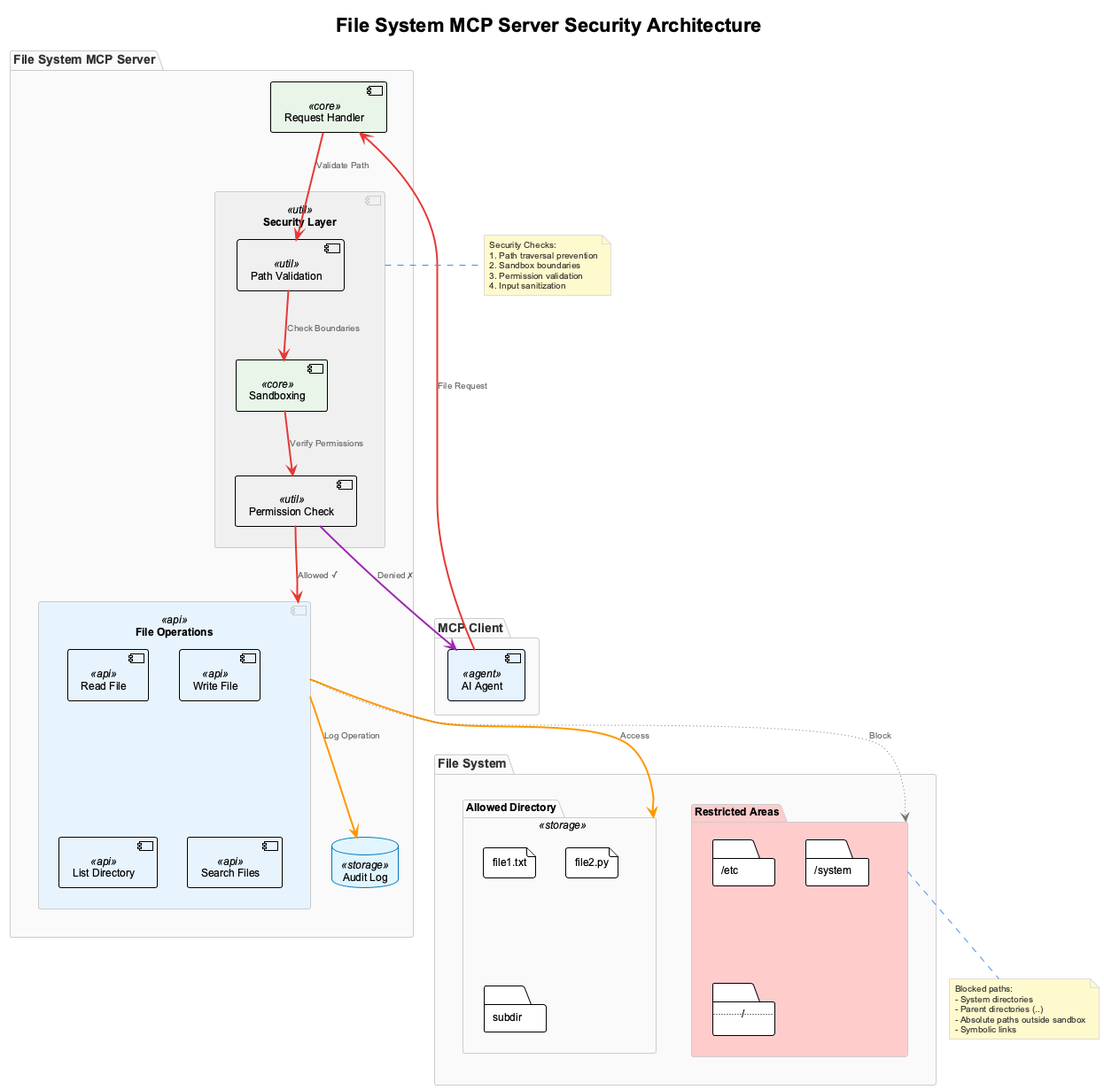
Earlier version of the PlantUML export docs-content/03_mcp-acp-a2a/images/filesystem-security-architecture.png (fwornle/agentic-ai-nano). The source it was exported from:
```plantuml
@startuml filesystem-security-architecture
!include ../../config/_standard-style.puml

title File System MCP Server Security Architecture

package "MCP Client" {
  [AI Agent] <<agent>> as agent
}

package "File System MCP Server" {
  component "Request Handler" <<core>> as handler
  component "Security Layer" <<util>> as security {
    [Path Validation] <<util>> as pathval
    [Permission Check] <<util>> as permcheck
    [Sandboxing] <<core>> as sandbox
  }
  component "File Operations" <<api>> as fileops {
    [Read File] <<api>> as read
    [Write File] <<api>> as write
    [List Directory] <<api>> as list
    [Search Files] <<api>> as search
  }
  database "Audit Log" <<storage>> as audit
}

package "File System" {
  folder "Allowed Directory" <<storage>> as allowed {
    file "file1.txt" as f1
    file "file2.py" as f2
    folder "subdir" as sub
  }
  folder "Restricted Areas" as restricted #ffcccc {
    folder "/etc" as etc
    folder "/system" as sys
    folder "../.." as parent
  }
}

agent SYNC_LINE handler : File Request
handler SYNC_LINE pathval : Validate Path
pathval SYNC_LINE sandbox : Check Boundaries
sandbox SYNC_LINE permcheck : Verify Permissions

permcheck SYNC_LINE fileops : Allowed ✓
permcheck CONTROL_LINE agent : Denied ✗

fileops DATA_LINE allowed : Access
fileops OPTIONAL_LINE restricted : Block

fileops DATA_LINE audit : Log Operation

note right of security
  Security Checks:
  1. Path traversal prevention
  2. Sandbox boundaries
  3. Permission validation
  4. Input sanitization
end note

note bottom of restricted
  Blocked paths:
  - System directories
  - Parent directories (..)
  - Absolute paths outside sandbox
  - Symbolic links
end note

@enduml
```
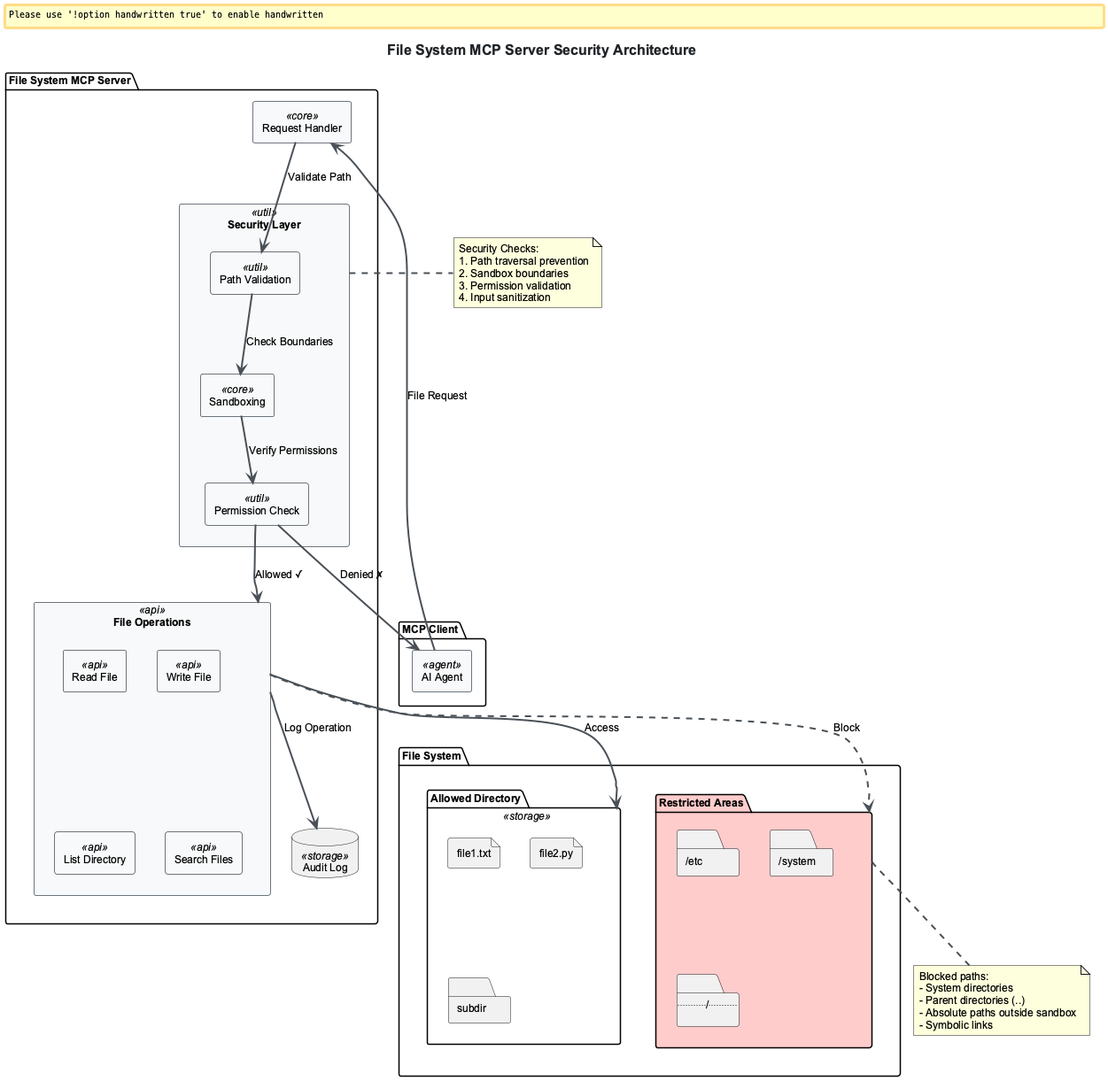
The same diagram one commit later.

The edit, as a diff of the source:
```diff
@@ -1,5 +1,5 @@
 @startuml filesystem-security-architecture
-!include ../../config/_standard-style.puml
+!include ../../../config/_standard-style.puml
 
 title File System MCP Server Security Architecture
 
@@ -36,18 +36,18 @@
   }
 }
 
-agent SYNC_LINE handler : File Request
-handler SYNC_LINE pathval : Validate Path
-pathval SYNC_LINE sandbox : Check Boundaries
-sandbox SYNC_LINE permcheck : Verify Permissions
+agent --> handler : File Request
+handler --> pathval : Validate Path
+pathval --> sandbox : Check Boundaries
+sandbox --> permcheck : Verify Permissions
 
-permcheck SYNC_LINE fileops : Allowed ✓
-permcheck CONTROL_LINE agent : Denied ✗
+permcheck --> fileops : Allowed ✓
+permcheck --> agent : Denied ✗
 
-fileops DATA_LINE allowed : Access
-fileops OPTIONAL_LINE restricted : Block
+fileops --> allowed : Access
+fileops ..> restricted : Block
 
-fileops DATA_LINE audit : Log Operation
+fileops --> audit : Log Operation
 
 note right of security
   Security Checks:
```
